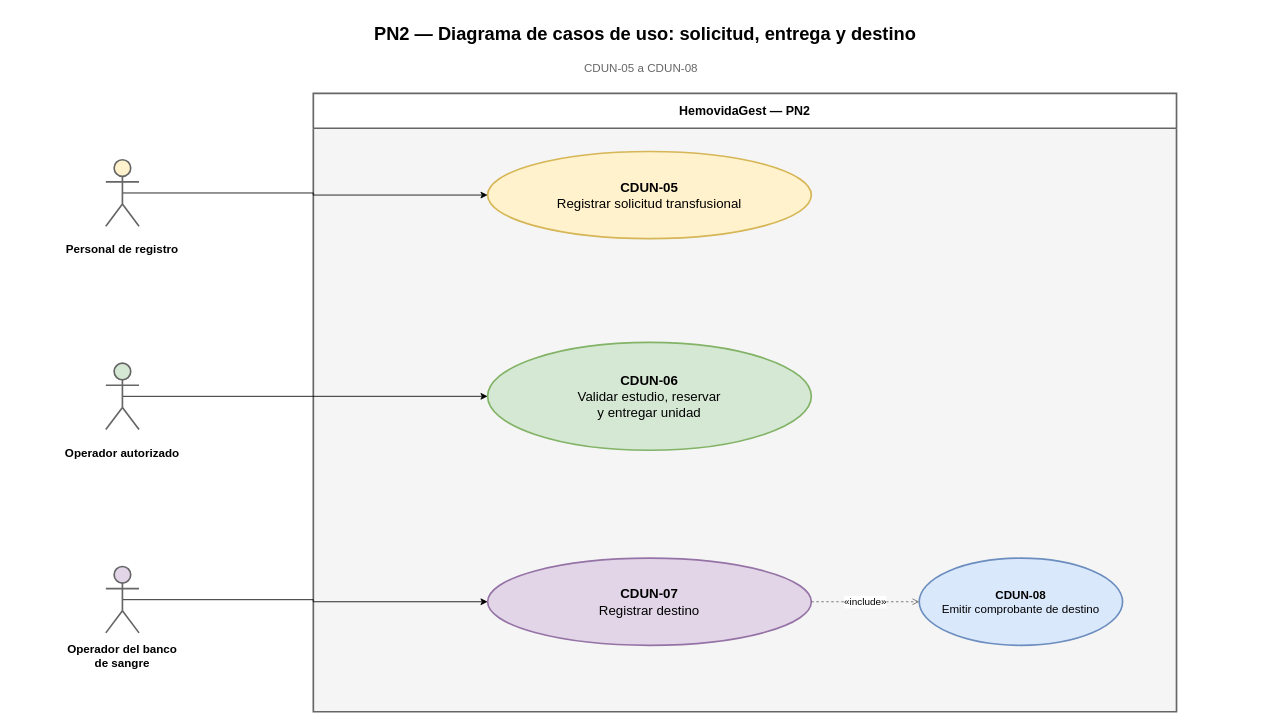
juanNH/Ingenieria-de-Software keeps this draw.io diagram as Diagramas/Casos de Uso/PN2 - CDUN-05 a CDUN-08 - Casos de uso.drawio. Above is the earlier version. Source tidied: cells renumbered, new cells numbered last; positions are measured from the earlier drawing's top-left corner, leaving out a move shared by most shapes. Both pictures are drawn from the tidied source at 83%, with x=0, y=0 at pixel (14, 14).
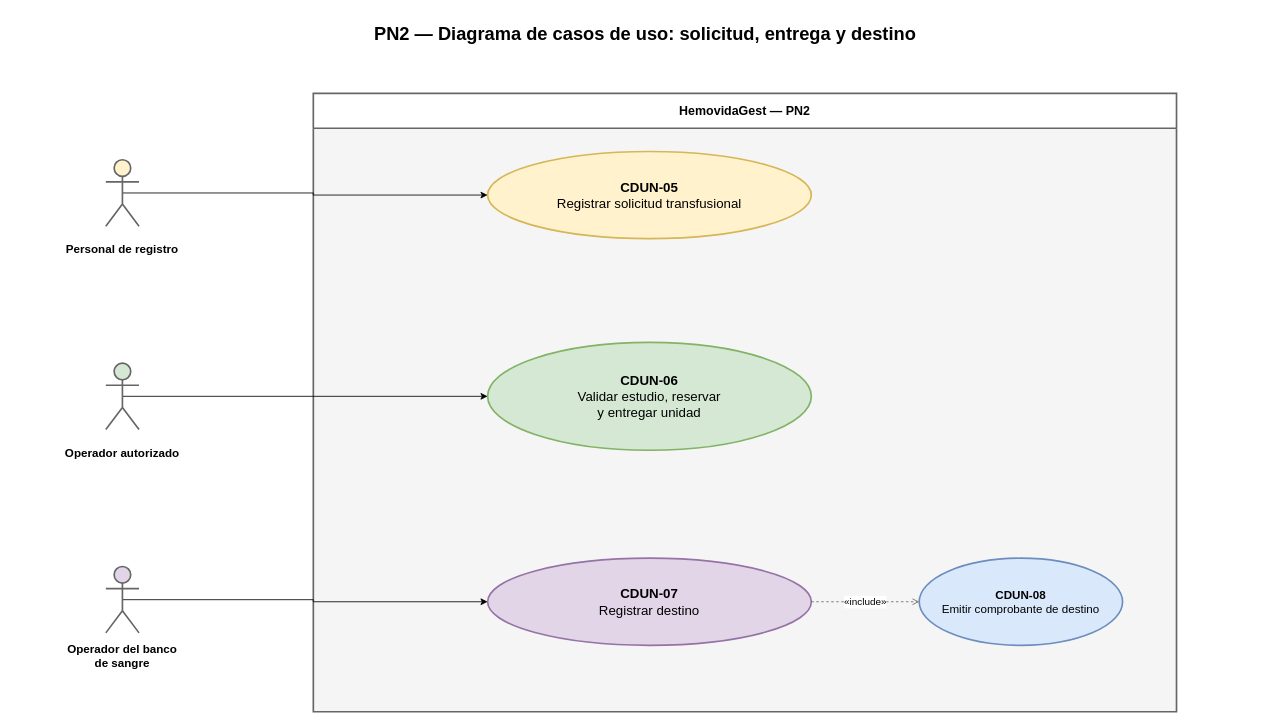
Above is the later version.

Diff of the diagram source:
```diff
@@
 <mxGraphModel>
   <root>
     <mxCell id="0" />
     <mxCell id="1" parent="0" />
     <mxCell id="2" value="PN2 — Diagrama de casos de uso: solicitud, entrega y destino" style="text;html=1;strokeColor=none;fillColor=none;fontFamily=Arial;align=center;verticalAlign=middle;whiteSpace=wrap;fontSize=22;fontStyle=1;" parent="1" vertex="1">
       <mxGeometry x="10" width="1500" height="48" as="geometry" />
     </mxCell>
-    <mxCell id="3" value="CDUN-05 a CDUN-08" style="text;html=1;strokeColor=none;fillColor=none;fontFamily=Arial;align=center;verticalAlign=middle;whiteSpace=wrap;fontSize=14;fontColor=#666666;" parent="1" vertex="1">
-      <mxGeometry x="130" y="50" width="1250" height="30" as="geometry" />
-    </mxCell>
     <mxCell id="4" value="HemovidaGest — PN2" style="swimlane;horizontal=1;startSize=42;whiteSpace=wrap;html=1;fillColor=none;swimlaneFillColor=#f5f5f5;strokeColor=#666666;strokeWidth=2;fontFamily=Arial;fontSize=15;fontStyle=1;" parent="1" vertex="1">
       <mxGeometry x="360" y="95" width="1040" height="745" as="geometry" />
     </mxCell>
     <mxCell id="5" value="&lt;b&gt;CDUN-05&lt;/b&gt;&lt;br&gt;Registrar solicitud transfusional" style="ellipse;whiteSpace=wrap;html=1;fillColor=#fff2cc;strokeColor=#d6b656;strokeWidth=2;fontFamily=Arial;fontSize=16;align=center;verticalAlign=middle;" parent="1" vertex="1">
       <mxGeometry x="570" y="165" width="390" height="105" as="geometry" />
     </mxCell>
     <mxCell id="6" value="&lt;b&gt;CDUN-06&lt;/b&gt;&lt;br&gt;Validar estudio, reservar&lt;br&gt;y entregar unidad" style="ellipse;whiteSpace=wrap;html=1;fillColor=#d5e8d4;strokeColor=#82b366;strokeWidth=2;fontFamily=Arial;fontSize=16;align=center;verticalAlign=middle;" parent="1" vertex="1">
       <mxGeometry x="570" y="395" width="390" height="130" as="geometry" />
     </mxCell>
     <mxCell id="7" value="&lt;b&gt;CDUN-07&lt;/b&gt;&lt;br&gt;Registrar destino" style="ellipse;whiteSpace=wrap;html=1;fillColor=#e1d5e7;strokeColor=#9673a6;strokeWidth=2;fontFamily=Arial;fontSize=16;align=center;verticalAlign=middle;" parent="1" vertex="1">
       <mxGeometry x="570" y="655" width="390" height="105" as="geometry" />
     </mxCell>
     <mxCell id="8" style="edgeStyle=orthogonalEdgeStyle;rounded=0;jettySize=auto;html=1;exitX=0.5;exitY=0.5;exitDx=0;exitDy=0;exitPerimeter=0;entryX=0;entryY=0.5;entryDx=0;entryDy=0;defaultLabelBackgroundColor=page;" parent="1" edge="1" source="9" target="5">
       <mxGeometry relative="1" as="geometry" />
     </mxCell>
     <mxCell id="9" style="shape=umlActor;html=1;fillColor=#fff2cc;strokeColor=#666666;strokeWidth=2;" parent="1" vertex="1">
       <mxGeometry x="110" y="175" width="40" height="80" as="geometry" />
     </mxCell>
     <mxCell id="10" value="&lt;b&gt;Personal de registro&lt;/b&gt;" style="text;html=1;strokeColor=none;fillColor=none;fontFamily=Arial;align=center;verticalAlign=middle;whiteSpace=wrap;fontSize=14;" parent="1" vertex="1">
       <mxGeometry y="260" width="260" height="45" as="geometry" />
     </mxCell>
     <mxCell id="11" style="edgeStyle=orthogonalEdgeStyle;rounded=0;jettySize=auto;html=1;exitX=0.5;exitY=0.5;exitDx=0;exitDy=0;exitPerimeter=0;entryX=0;entryY=0.5;entryDx=0;entryDy=0;defaultLabelBackgroundColor=page;" parent="1" edge="1" source="12" target="6">
       <mxGeometry relative="1" as="geometry" />
     </mxCell>
     <mxCell id="12" style="shape=umlActor;html=1;fillColor=#d5e8d4;strokeColor=#666666;strokeWidth=2;" parent="1" vertex="1">
       <mxGeometry x="110" y="420" width="40" height="80" as="geometry" />
     </mxCell>
     <mxCell id="13" value="&lt;b&gt;Operador autorizado&lt;/b&gt;" style="text;html=1;strokeColor=none;fillColor=none;fontFamily=Arial;align=center;verticalAlign=middle;whiteSpace=wrap;fontSize=14;" parent="1" vertex="1">
       <mxGeometry y="505" width="260" height="45" as="geometry" />
     </mxCell>
     <mxCell id="14" style="edgeStyle=orthogonalEdgeStyle;rounded=0;jettySize=auto;html=1;exitX=0.5;exitY=0.5;exitDx=0;exitDy=0;exitPerimeter=0;entryX=0;entryY=0.5;entryDx=0;entryDy=0;defaultLabelBackgroundColor=page;" parent="1" edge="1" source="15" target="7">
       <mxGeometry relative="1" as="geometry" />
     </mxCell>
     <mxCell id="15" style="shape=umlActor;html=1;fillColor=#e1d5e7;strokeColor=#666666;strokeWidth=2;" parent="1" vertex="1">
       <mxGeometry x="110" y="665" width="40" height="80" as="geometry" />
     </mxCell>
     <mxCell id="16" value="&lt;b&gt;Operador del banco&lt;br&gt;de sangre&lt;/b&gt;" style="text;html=1;strokeColor=none;fillColor=none;fontFamily=Arial;align=center;verticalAlign=middle;whiteSpace=wrap;fontSize=14;" parent="1" vertex="1">
       <mxGeometry y="750" width="260" height="45" as="geometry" />
     </mxCell>
     <mxCell id="17" value="&lt;b&gt;CDUN-08&lt;/b&gt;&lt;br&gt;Emitir comprobante de destino" style="ellipse;whiteSpace=wrap;html=1;fillColor=#dae8fc;strokeColor=#6c8ebf;strokeWidth=2;fontFamily=Arial;fontSize=14;align=center;verticalAlign=middle;" parent="1" vertex="1">
       <mxGeometry x="1090" y="655" width="245" height="105" as="geometry" />
     </mxCell>
     <mxCell id="18" value="«include»" style="edgeStyle=orthogonalEdgeStyle;rounded=0;html=1;dashed=1;endArrow=open;strokeColor=#666666;fontSize=12;exitX=1;exitY=0.5;entryX=0;entryY=0.5;" parent="1" edge="1" source="7" target="17">
       <mxGeometry relative="1" as="geometry" />
     </mxCell>
   </root>
 </mxGraphModel>
```
